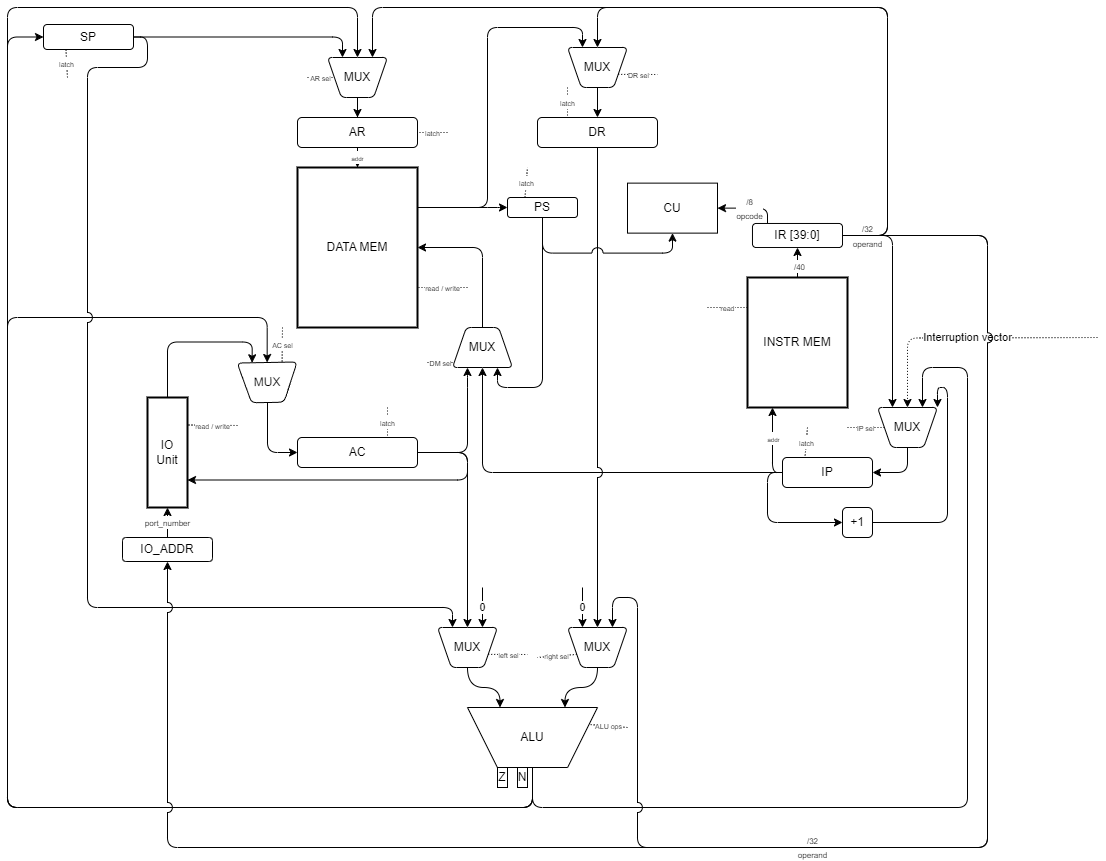
Before: docs/sheme.png, a diagram exported from draw.io (artem961/csa-lab-4). Source tidied: cells renumbered, new cells last; positions are measured from the earlier drawing's top-left corner, leaving out a move shared by most shapes.
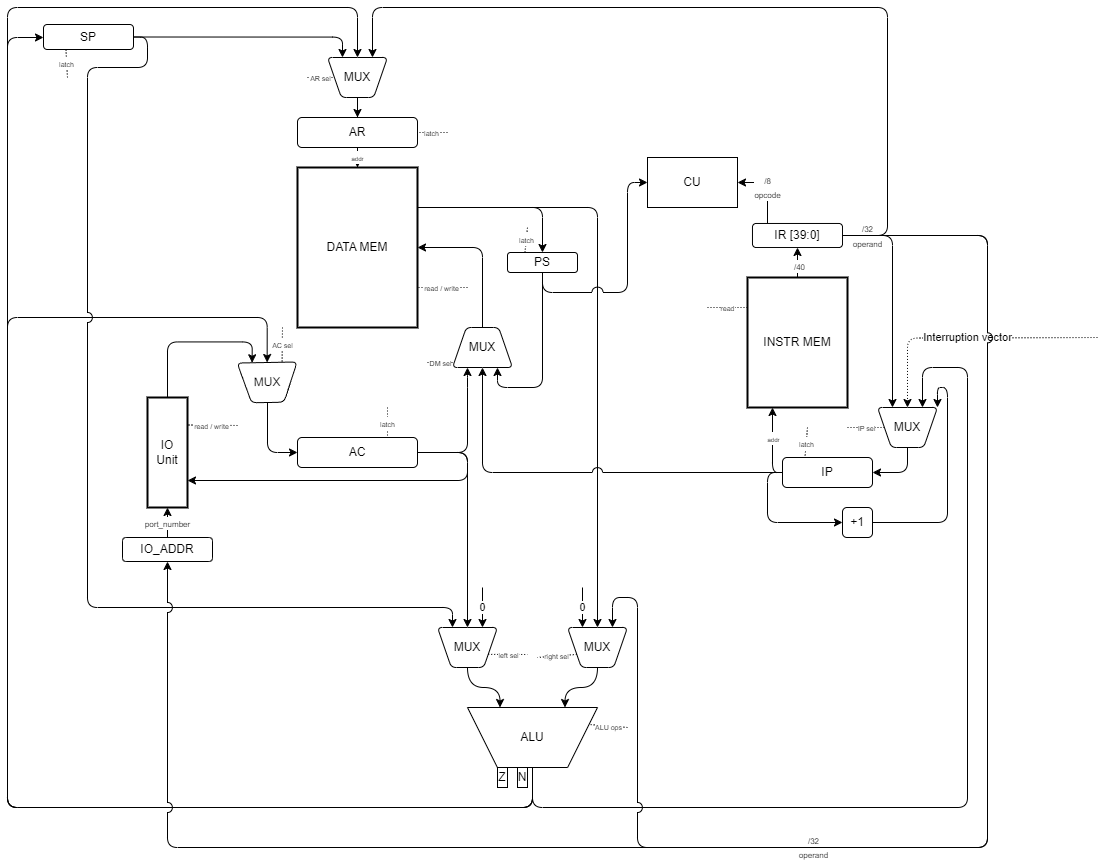
The same diagram one commit later.

The edit, as a diff of the source:
```diff
@@ -11,19 +11,17 @@
     <mxCell id="4" value="INSTR MEM" style="rounded=0;whiteSpace=wrap;html=1;strokeWidth=2;" parent="1" vertex="1">
       <mxGeometry x="740" y="270" width="100" height="130" as="geometry" />
     </mxCell>
-    <mxCell id="5" style="edgeStyle=orthogonalEdgeStyle;rounded=1;jettySize=auto;html=1;entryX=0.25;entryY=0;entryDx=0;entryDy=0;exitX=1;exitY=0.25;exitDx=0;exitDy=0;curved=0;" parent="1" edge="1" source="7" target="73">
+    <mxCell id="5" style="edgeStyle=orthogonalEdgeStyle;rounded=1;jettySize=auto;html=1;entryX=0.5;entryY=0;entryDx=0;entryDy=0;exitX=1;exitY=0.25;exitDx=0;exitDy=0;curved=0;" parent="1" edge="1" source="7" target="24">
       <mxGeometry relative="1" as="geometry">
         <Array as="points">
-          <mxPoint x="480" y="200" />
-          <mxPoint x="480" y="20" />
-          <mxPoint x="575" y="20" />
+          <mxPoint x="590" y="200" />
         </Array>
       </mxGeometry>
     </mxCell>
-    <mxCell id="6" style="edgeStyle=orthogonalEdgeStyle;rounded=1;jettySize=auto;html=1;entryX=0;entryY=0.5;entryDx=0;entryDy=0;curved=0;" parent="1" edge="1" source="7" target="77">
+    <mxCell id="6" style="edgeStyle=orthogonalEdgeStyle;rounded=1;jettySize=auto;html=1;entryX=0.5;entryY=0;entryDx=0;entryDy=0;curved=0;" parent="1" edge="1" source="7" target="77">
       <mxGeometry relative="1" as="geometry">
         <Array as="points">
-          <mxPoint x="490" y="200" />
+          <mxPoint x="535" y="200" />
         </Array>
       </mxGeometry>
     </mxCell>
@@ -59,14 +57,8 @@
       <mxGeometry x="775" y="450" width="90" height="30" as="geometry" />
     </mxCell>
     <mxCell id="13" value="CU" style="rounded=0;whiteSpace=wrap;html=1;" parent="1" vertex="1">
-      <mxGeometry x="620" y="175.6" width="90" height="50" as="geometry" />
+      <mxGeometry x="640" y="150" width="90" height="50" as="geometry" />
     </mxCell>
-    <mxCell id="14" style="edgeStyle=orthogonalEdgeStyle;rounded=0;jettySize=auto;html=1;entryX=0.5;entryY=0;entryDx=0;entryDy=0;jumpStyle=arc;jumpSize=10;" parent="1" edge="1" source="15" target="24">
-      <mxGeometry relative="1" as="geometry" />
-    </mxCell>
-    <mxCell id="15" value="DR" style="rounded=1;whiteSpace=wrap;html=1;" parent="1" vertex="1">
-      <mxGeometry x="530" y="110" width="120" height="30" as="geometry" />
-    </mxCell>
     <mxCell id="16" style="edgeStyle=orthogonalEdgeStyle;rounded=1;jettySize=auto;html=1;entryX=0.75;entryY=0;entryDx=0;entryDy=0;exitX=0.5;exitY=1;exitDx=0;exitDy=0;curved=0;" parent="1" edge="1" source="20" target="30">
       <mxGeometry relative="1" as="geometry">
         <Array as="points">
@@ -281,11 +273,6 @@
     <mxCell id="59" value="MUX" style="text;html=1;align=center;verticalAlign=middle;whiteSpace=wrap;rounded=0;" parent="1" vertex="1">
       <mxGeometry x="445" y="325" width="60" height="30" as="geometry" />
     </mxCell>
-    <mxCell id="60" value="&lt;font style=&quot;font-size: 7px;&quot;&gt;latch&lt;/font&gt;" style="endArrow=none;dashed=1;html=1;rounded=0;dashPattern=1 2;entryX=0.25;entryY=0;entryDx=0;entryDy=0;" parent="1" edge="1" target="15">
-      <mxGeometry relative="1" as="geometry">
-        <mxPoint x="560" y="80" as="sourcePoint" />
-      </mxGeometry>
-    </mxCell>
     <mxCell id="61" value="&lt;font style=&quot;font-size: 7px;&quot;&gt;latch&lt;/font&gt;" style="endArrow=none;dashed=1;html=1;rounded=0;dashPattern=1 2;entryX=1;entryY=0.5;entryDx=0;entryDy=0;" parent="1" edge="1" target="32">
       <mxGeometry relative="1" as="geometry">
         <mxPoint x="440" y="125" as="sourcePoint" />
@@ -317,15 +304,6 @@
         </Array>
       </mxGeometry>
     </mxCell>
-    <mxCell id="66" style="edgeStyle=orthogonalEdgeStyle;rounded=1;jettySize=auto;html=1;entryX=0.5;entryY=0;entryDx=0;entryDy=0;exitX=1;exitY=0.5;exitDx=0;exitDy=0;curved=0;" parent="1" edge="1" source="69" target="73">
-      <mxGeometry relative="1" as="geometry">
-        <Array as="points">
-          <mxPoint x="880" y="228" />
-          <mxPoint x="880" />
-          <mxPoint x="590" />
-        </Array>
-      </mxGeometry>
-    </mxCell>
     <mxCell id="67" style="edgeStyle=orthogonalEdgeStyle;rounded=1;jettySize=auto;html=1;entryX=0.75;entryY=0;entryDx=0;entryDy=0;curved=0;exitX=1;exitY=0.5;exitDx=0;exitDy=0;" parent="1" edge="1" source="69" target="34">
       <mxGeometry relative="1" as="geometry">
         <Array as="points">
@@ -338,8 +316,7 @@
     <mxCell id="68" value="&lt;font style=&quot;font-size: 8px;&quot;&gt;/8&lt;/font&gt;&lt;div&gt;&lt;font style=&quot;font-size: 8px;&quot;&gt;opcode&lt;/font&gt;&lt;/div&gt;" style="edgeStyle=orthogonalEdgeStyle;rounded=1;jettySize=auto;html=1;entryX=1;entryY=0.5;entryDx=0;entryDy=0;curved=0;jumpStyle=arc;jumpSize=10;" parent="1" edge="1" source="69" target="13">
       <mxGeometry relative="1" as="geometry">
         <Array as="points">
-          <mxPoint x="760" y="201" />
-          <mxPoint x="710" y="201" />
+          <mxPoint x="760" y="175" />
         </Array>
       </mxGeometry>
     </mxCell>
@@ -352,19 +329,14 @@
     <mxCell id="71" value="IO_ADDR" style="rounded=1;whiteSpace=wrap;html=1;" parent="1" vertex="1">
       <mxGeometry x="115" y="530" width="90" height="24" as="geometry" />
     </mxCell>
-    <mxCell id="72" style="edgeStyle=orthogonalEdgeStyle;rounded=0;jettySize=auto;html=1;entryX=0.5;entryY=0;entryDx=0;entryDy=0;" parent="1" edge="1" source="73" target="15">
-      <mxGeometry relative="1" as="geometry" />
-    </mxCell>
-    <mxCell id="73" value="MUX" style="verticalLabelPosition=middle;verticalAlign=middle;html=1;shape=trapezoid;perimeter=trapezoidPerimeter;whiteSpace=wrap;size=0.23;arcSize=10;flipV=1;labelPosition=center;align=center;rounded=1;" parent="1" vertex="1">
-      <mxGeometry x="560" y="40" width="60" height="40" as="geometry" />
-    </mxCell>
-    <mxCell id="74" value="&lt;font style=&quot;font-size: 7px;&quot;&gt;DR sel&lt;/font&gt;" style="endArrow=none;dashed=1;html=1;rounded=0;exitX=1;exitY=0.75;exitDx=0;exitDy=0;dashPattern=1 2;" parent="1" edge="1" source="73">
-      <mxGeometry relative="1" as="geometry">
-        <mxPoint x="650" y="67" as="targetPoint" />
-      </mxGeometry>
-    </mxCell>
-    <mxCell id="75" style="edgeStyle=orthogonalEdgeStyle;rounded=1;jettySize=auto;html=1;entryX=0.5;entryY=1;entryDx=0;entryDy=0;exitX=0.5;exitY=1;exitDx=0;exitDy=0;curved=0;jumpStyle=arc;jumpSize=11;" parent="1" edge="1" source="77" target="13">
-      <mxGeometry relative="1" as="geometry" />
+    <mxCell id="75" style="edgeStyle=orthogonalEdgeStyle;rounded=1;jettySize=auto;html=1;entryX=0;entryY=0.5;entryDx=0;entryDy=0;exitX=0.5;exitY=1;exitDx=0;exitDy=0;curved=0;jumpStyle=arc;jumpSize=11;" parent="1" edge="1" source="77" target="13">
+      <mxGeometry relative="1" as="geometry">
+        <Array as="points">
+          <mxPoint x="535" y="285" />
+          <mxPoint x="620" y="285" />
+          <mxPoint x="620" y="175" />
+        </Array>
+      </mxGeometry>
     </mxCell>
     <mxCell id="76" style="edgeStyle=orthogonalEdgeStyle;rounded=1;jettySize=auto;html=1;entryX=0.25;entryY=0;entryDx=0;entryDy=0;curved=0;jumpStyle=arc;jumpSize=10;exitX=0.5;exitY=1;exitDx=0;exitDy=0;" parent="1" edge="1" source="77" target="58">
       <mxGeometry relative="1" as="geometry">
@@ -375,11 +347,11 @@
       </mxGeometry>
     </mxCell>
     <mxCell id="77" value="PS" style="rounded=1;whiteSpace=wrap;html=1;" parent="1" vertex="1">
-      <mxGeometry x="500" y="190" width="70" height="20" as="geometry" />
+      <mxGeometry x="500" y="245" width="70" height="20" as="geometry" />
     </mxCell>
     <mxCell id="78" value="&lt;font style=&quot;font-size: 7px;&quot;&gt;latch&lt;/font&gt;" style="endArrow=none;dashed=1;html=1;rounded=0;dashPattern=1 2;exitX=0.25;exitY=0;exitDx=0;exitDy=0;" parent="1" edge="1" source="77">
       <mxGeometry relative="1" as="geometry">
-        <mxPoint x="520" y="160" as="targetPoint" />
+        <mxPoint x="520" y="220" as="targetPoint" />
       </mxGeometry>
     </mxCell>
     <mxCell id="79" value="Interruption vector" style="edgeStyle=orthogonalEdgeStyle;rounded=1;jettySize=auto;html=1;entryX=0.5;entryY=0;entryDx=0;entryDy=0;curved=0;dashed=1;dashPattern=1 2;" parent="1" edge="1" target="30">
```
